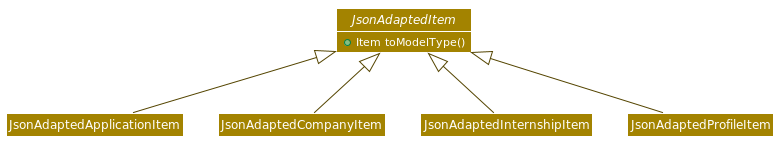
The PlantUML diagram docs/images/JsonAdaptedItemClassDiagram.png in shawn-nyk/tp, before a commit. Source of this version:
```plantuml
@startuml








skinparam BackgroundColor #FFFFFFF

skinparam Shadowing false

skinparam Class {
    FontColor #FFFFFF
    BorderThickness 1
    BorderColor #FFFFFF
    StereotypeFontColor #FFFFFF
    FontName Arial
}

skinparam Actor {
    BorderColor #000000
    Color #000000
    FontName Arial
}

skinparam Sequence {
    MessageAlign center
    BoxFontSize 15
    BoxPadding 0
    BoxFontColor #FFFFFF
    FontName Arial
}

skinparam Participant {
    FontColor #FFFFFFF
    Padding 20
}

skinparam MinClassWidth 50
skinparam ParticipantPadding 10
skinparam Shadowing false
skinparam DefaultTextAlignment center
skinparam packageStyle Rectangle

hide footbox
hide members
hide circle
skinparam arrowThickness 1
skinparam arrowColor #544400
skinparam classBackgroundColor #A38300
skinparam classAttributeFontColor #FFFFFF

abstract Class JsonAdaptedItem {
    + Item toModelType()
}

Class JsonAdaptedApplicationItem
Class JsonAdaptedCompanyItem
Class JsonAdaptedInternshipItem
Class JsonAdaptedProfileItem

show JsonAdaptedItem methods

JsonAdaptedApplicationItem -u-|> JsonAdaptedItem
JsonAdaptedCompanyItem -u-|> JsonAdaptedItem
JsonAdaptedInternshipItem -u-|> JsonAdaptedItem
JsonAdaptedProfileItem -u-|> JsonAdaptedItem

@enduml
```
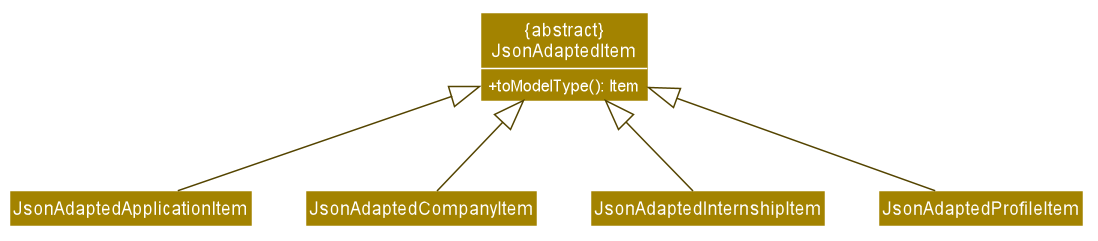
After the change.

The edit, as a diff of the source:
```diff
@@ -10,6 +10,8 @@
 skinparam BackgroundColor #FFFFFFF
 
 skinparam Shadowing false
+
+skinparam classAttributeIconSize 0
 
 skinparam Class {
     FontColor #FFFFFF
@@ -45,15 +47,16 @@
 skinparam packageStyle Rectangle
 
 hide footbox
-hide members
 hide circle
 skinparam arrowThickness 1
 skinparam arrowColor #544400
 skinparam classBackgroundColor #A38300
 skinparam classAttributeFontColor #FFFFFF
 
-abstract Class JsonAdaptedItem {
-    + Item toModelType()
+hide members
+
+class "&#123;abstract&#125;\nJsonAdaptedItem" as JsonAdaptedItem {
+    +toModelType(): Item
 }
 
 Class JsonAdaptedApplicationItem
```
